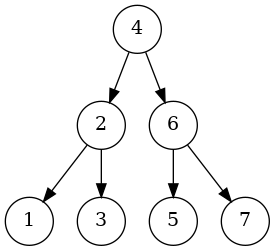
The Graphviz diagram Fase2/avl.png in Elder2296/EDD_SmartClass_201700404, before a commit. Its source is kept beside it as Fase2/avl.dot.
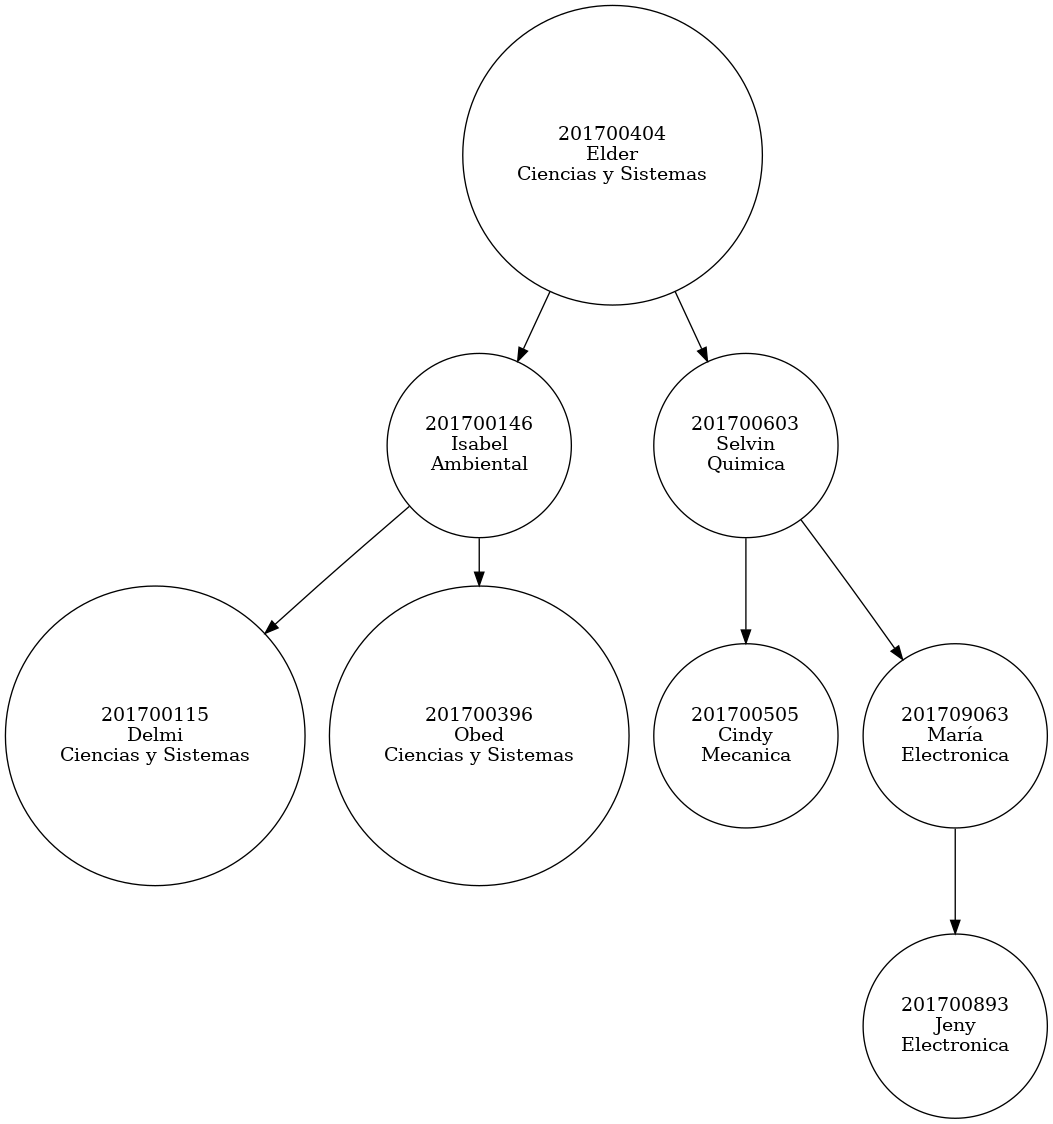
The same file after the commit.

The edit, as a diff of the source:
```diff
@@ -1,16 +1,18 @@
 digraph AVL{
-node [shape = circle label = "1"] 1
-node [shape = circle label = "2"] 2
-node [shape = circle label = "3"] 3
-node [shape = circle label = "4"] 4
-node [shape = circle label = "5"] 5
-node [shape = circle label = "6"] 6
-node [shape = circle label = "7"] 7
-4 -> 2
-2 -> 1
-2 -> 3
-4 -> 6
-6 -> 5
-6 -> 7
+node [shape = circle label = "201700115\nDelmi\nCiencias y Sistemas"] 201700115
+node [shape = circle label = "201700146\nIsabel\nAmbiental"] 201700146
+node [shape = circle label = "201700396\nObed\nCiencias y Sistemas"] 201700396
+node [shape = circle label = "201700404\nElder\nCiencias y Sistemas"] 201700404
+node [shape = circle label = "201700505\nCindy\nMecanica"] 201700505
+node [shape = circle label = "201700603\nSelvin\nQuimica"] 201700603
+node [shape = circle label = "201700893\nJeny\nElectronica"] 201700893
+node [shape = circle label = "201709063\nMaría\nElectronica"] 201709063
+201700404 -> 201700146
+201700146 -> 201700115
+201700146 -> 201700396
+201700404 -> 201700603
+201700603 -> 201700505
+201700603 -> 201709063
+201709063 -> 201700893
 
 }
```
